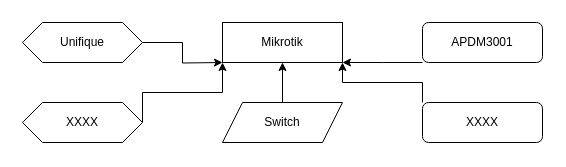
TheBlues-27/DamayHavan keeps this draw.io diagram as DamayHavan.drawio.xml. Above is the earlier version. Source tidied: cells renumbered, new cells numbered last; positions are measured from the earlier drawing's top-left corner, leaving out a move shared by most shapes. Both pictures are drawn from the tidied source at 100%, with x=0, y=0 at pixel (22, 22).
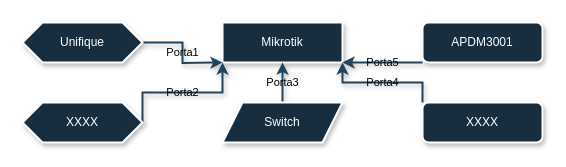
The same diagram, later.

Diff of the diagram source:
```diff
@@
 <mxGraphModel>
   <root>
     <mxCell id="0" />
     <mxCell id="1" parent="0" />
-    <mxCell id="2" value="Mikrotik" style="rounded=0;whiteSpace=wrap;html=1;" parent="1" vertex="1">
+    <mxCell id="2" value="Mikrotik" style="rounded=0;whiteSpace=wrap;html=1;fillColor=#182E3E;strokeColor=#FFFFFF;labelBackgroundColor=none;strokeWidth=2;shadow=1;fontColor=#FFFFFF;" parent="1" vertex="1">
       <mxGeometry x="200" width="120" height="40" as="geometry" />
     </mxCell>
-    <mxCell id="3" style="edgeStyle=orthogonalEdgeStyle;rounded=0;jettySize=auto;html=1;exitX=0;exitY=1;exitDx=0;exitDy=0;entryX=1;entryY=1;entryDx=0;entryDy=0;" parent="1" edge="1" source="4" target="2">
+    <mxCell id="3" value="Porta5" style="edgeStyle=orthogonalEdgeStyle;rounded=0;jettySize=auto;html=1;exitX=0;exitY=1;exitDx=0;exitDy=0;entryX=1;entryY=1;entryDx=0;entryDy=0;strokeColor=#23445D;labelBackgroundColor=none;strokeWidth=2;shadow=1;fontColor=default;" parent="1" edge="1" source="4" target="2">
       <mxGeometry relative="1" as="geometry">
         <Array as="points">
           <mxPoint x="360" y="40" />
           <mxPoint x="360" y="40" />
         </Array>
       </mxGeometry>
     </mxCell>
-    <mxCell id="4" value="APDM3001" style="rounded=1;whiteSpace=wrap;html=1;" parent="1" vertex="1">
+    <mxCell id="4" value="APDM3001" style="rounded=1;whiteSpace=wrap;html=1;fillColor=#182E3E;strokeColor=#FFFFFF;labelBackgroundColor=none;strokeWidth=2;shadow=1;fontColor=#FFFFFF;" parent="1" vertex="1">
       <mxGeometry x="400" width="120" height="40" as="geometry" />
     </mxCell>
-    <mxCell id="5" style="edgeStyle=orthogonalEdgeStyle;rounded=0;jettySize=auto;html=1;exitX=1;exitY=0.5;exitDx=0;exitDy=0;" parent="1" edge="1" source="6">
+    <mxCell id="5" value="Porta1" style="edgeStyle=orthogonalEdgeStyle;rounded=0;jettySize=auto;html=1;exitX=1;exitY=0.5;exitDx=0;exitDy=0;strokeColor=#23445D;labelBackgroundColor=none;strokeWidth=2;shadow=1;fontColor=default;" parent="1" edge="1" source="6">
       <mxGeometry relative="1" as="geometry">
         <mxPoint x="200" y="40" as="targetPoint" />
       </mxGeometry>
     </mxCell>
-    <mxCell id="6" value="Unifique" style="shape=hexagon;perimeter=hexagonPerimeter2;whiteSpace=wrap;html=1;fixedSize=1;" parent="1" vertex="1">
+    <mxCell id="6" value="Unifique" style="shape=hexagon;perimeter=hexagonPerimeter2;whiteSpace=wrap;html=1;fixedSize=1;fillColor=#182E3E;strokeColor=#FFFFFF;labelBackgroundColor=none;strokeWidth=2;shadow=1;fontColor=#FFFFFF;" parent="1" vertex="1">
       <mxGeometry width="120" height="40" as="geometry" />
     </mxCell>
-    <mxCell id="7" style="edgeStyle=orthogonalEdgeStyle;rounded=0;jettySize=auto;html=1;exitX=1;exitY=0.5;exitDx=0;exitDy=0;entryX=0;entryY=1;entryDx=0;entryDy=0;" parent="1" edge="1" source="8" target="2">
+    <mxCell id="7" value="Porta2" style="edgeStyle=orthogonalEdgeStyle;rounded=0;jettySize=auto;html=1;exitX=1;exitY=0.5;exitDx=0;exitDy=0;entryX=0;entryY=1;entryDx=0;entryDy=0;strokeColor=#23445D;labelBackgroundColor=none;strokeWidth=2;shadow=1;fontColor=default;" parent="1" edge="1" source="8" target="2">
       <mxGeometry relative="1" as="geometry">
         <Array as="points">
           <mxPoint x="120" y="70" />
           <mxPoint x="200" y="70" />
         </Array>
       </mxGeometry>
     </mxCell>
-    <mxCell id="8" value="XXXX" style="shape=hexagon;perimeter=hexagonPerimeter2;whiteSpace=wrap;html=1;fixedSize=1;" parent="1" vertex="1">
+    <mxCell id="8" value="XXXX" style="shape=hexagon;perimeter=hexagonPerimeter2;whiteSpace=wrap;html=1;fixedSize=1;fillColor=#182E3E;strokeColor=#FFFFFF;labelBackgroundColor=none;strokeWidth=2;shadow=1;fontColor=#FFFFFF;" parent="1" vertex="1">
       <mxGeometry y="80" width="120" height="40" as="geometry" />
     </mxCell>
-    <mxCell id="9" style="edgeStyle=orthogonalEdgeStyle;rounded=0;jettySize=auto;html=1;exitX=0.5;exitY=0;exitDx=0;exitDy=0;entryX=0.5;entryY=1;entryDx=0;entryDy=0;" parent="1" edge="1" source="10" target="2">
+    <mxCell id="9" value="Porta3" style="edgeStyle=orthogonalEdgeStyle;rounded=0;jettySize=auto;html=1;exitX=0.5;exitY=0;exitDx=0;exitDy=0;entryX=0.5;entryY=1;entryDx=0;entryDy=0;strokeColor=#23445D;labelBackgroundColor=none;strokeWidth=2;shadow=1;fontColor=default;" parent="1" edge="1" source="10" target="2">
       <mxGeometry relative="1" as="geometry" />
     </mxCell>
-    <mxCell id="10" value="Switch" style="shape=parallelogram;perimeter=parallelogramPerimeter;whiteSpace=wrap;html=1;fixedSize=1;" parent="1" vertex="1">
+    <mxCell id="10" value="Switch" style="shape=parallelogram;perimeter=parallelogramPerimeter;whiteSpace=wrap;html=1;fixedSize=1;fillColor=#182E3E;strokeColor=#FFFFFF;labelBackgroundColor=none;strokeWidth=2;shadow=1;fontColor=#FFFFFF;" parent="1" vertex="1">
       <mxGeometry x="200" y="80" width="120" height="40" as="geometry" />
     </mxCell>
-    <mxCell id="11" style="edgeStyle=orthogonalEdgeStyle;rounded=0;jettySize=auto;html=1;exitX=0;exitY=0;exitDx=0;exitDy=0;entryX=1;entryY=1;entryDx=0;entryDy=0;" parent="1" edge="1" source="12" target="2">
+    <mxCell id="11" value="Porta4" style="edgeStyle=orthogonalEdgeStyle;rounded=0;jettySize=auto;html=1;exitX=0;exitY=0;exitDx=0;exitDy=0;entryX=1;entryY=1;entryDx=0;entryDy=0;strokeColor=#23445D;labelBackgroundColor=none;strokeWidth=2;shadow=1;fontColor=default;" parent="1" edge="1" source="12" target="2">
       <mxGeometry relative="1" as="geometry" />
     </mxCell>
-    <mxCell id="12" value="XXXX" style="rounded=1;whiteSpace=wrap;html=1;" parent="1" vertex="1">
+    <mxCell id="12" value="XXXX" style="rounded=1;whiteSpace=wrap;html=1;fillColor=#182E3E;strokeColor=#FFFFFF;labelBackgroundColor=none;strokeWidth=2;shadow=1;fontColor=#FFFFFF;" parent="1" vertex="1">
       <mxGeometry x="400" y="80" width="120" height="40" as="geometry" />
     </mxCell>
   </root>
 </mxGraphModel>
```
